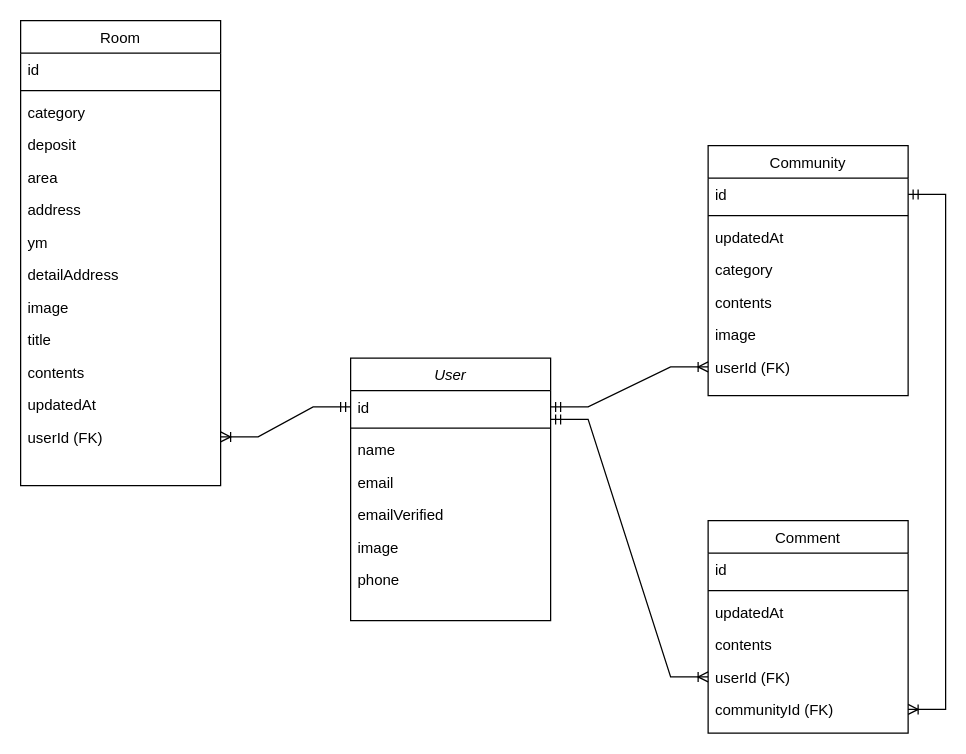
Above: ERD/myspotERD.drawio in 9yu9yu81/study_nextJs_realEstate (draw.io), before the change. Source tidied: cells renumbered, new cells numbered last; positions are measured from the earlier drawing's top-left corner, leaving out a move shared by most shapes. Both pictures are drawn from the tidied source at 125%, with x=0, y=0 at pixel (20, 20).
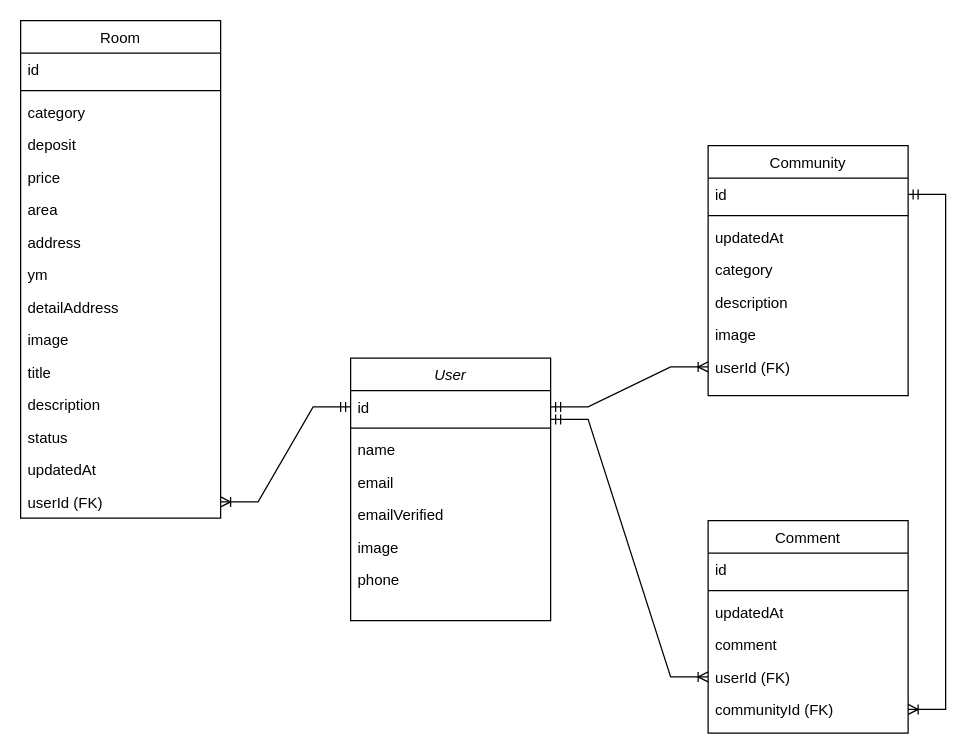
Above is the later version.

The change refers to these unchanged cells:
```xml
<mxCell id="10" value="Community" style="swimlane;fontStyle=0;align=center;verticalAlign=top;horizontal=1;startSize=26;rounded=0;shadow=0;strokeWidth=1;" parent="1" vertex="1">
  <mxGeometry x="550" y="100" width="160" height="200" as="geometry" />
</mxCell>
<mxCell id="34" value="Comment" style="swimlane;fontStyle=0;align=center;verticalAlign=top;horizontal=1;startSize=26;rounded=0;shadow=0;strokeWidth=1;" parent="1" vertex="1">
  <mxGeometry x="550" y="400" width="160" height="170" as="geometry" />
</mxCell>
```

Diff of the diagram source:
```diff
@@
-    <mxCell id="15" value="contents" style="text;align=left;verticalAlign=top;spacingLeft=4;spacingRight=4;overflow=hidden;rounded=0;shadow=0;html=0;" parent="10" vertex="1">
+    <mxCell id="15" value="description" style="text;align=left;verticalAlign=top;spacingLeft=4;spacingRight=4;overflow=hidden;rounded=0;shadow=0;html=0;" parent="10" vertex="1">
       <mxGeometry y="112" width="160" height="26" as="geometry" />
     </mxCell>
@@
     <mxCell id="18" value="Room" style="swimlane;fontStyle=0;align=center;verticalAlign=top;horizontal=1;startSize=26;rounded=0;shadow=0;strokeWidth=1;" parent="1" vertex="1">
-      <mxGeometry width="160" height="372" as="geometry" />
+      <mxGeometry width="160" height="398" as="geometry" />
     </mxCell>
@@
+    <mxCell id="43" value="price" style="text;align=left;verticalAlign=top;spacingLeft=4;spacingRight=4;overflow=hidden;rounded=0;shadow=0;html=0;" parent="18" vertex="1">
+      <mxGeometry y="112" width="160" height="26" as="geometry" />
+    </mxCell>
     <mxCell id="23" value="area" style="text;align=left;verticalAlign=top;spacingLeft=4;spacingRight=4;overflow=hidden;rounded=0;shadow=0;html=0;" parent="18" vertex="1">
-      <mxGeometry y="112" width="160" height="26" as="geometry" />
+      <mxGeometry y="138" width="160" height="26" as="geometry" />
     </mxCell>
     <mxCell id="24" value="address" style="text;align=left;verticalAlign=top;spacingLeft=4;spacingRight=4;overflow=hidden;rounded=0;shadow=0;html=0;" parent="18" vertex="1">
-      <mxGeometry y="138" width="160" height="26" as="geometry" />
+      <mxGeometry y="164" width="160" height="26" as="geometry" />
     </mxCell>
     <mxCell id="25" value="ym&#10;" style="text;align=left;verticalAlign=top;spacingLeft=4;spacingRight=4;overflow=hidden;rounded=0;shadow=0;html=0;" parent="18" vertex="1">
-      <mxGeometry y="164" width="160" height="26" as="geometry" />
+      <mxGeometry y="190" width="160" height="26" as="geometry" />
     </mxCell>
     <mxCell id="26" value="detailAddress" style="text;align=left;verticalAlign=top;spacingLeft=4;spacingRight=4;overflow=hidden;rounded=0;shadow=0;html=0;" parent="18" vertex="1">
-      <mxGeometry y="190" width="160" height="26" as="geometry" />
+      <mxGeometry y="216" width="160" height="26" as="geometry" />
     </mxCell>
     <mxCell id="27" value="image" style="text;align=left;verticalAlign=top;spacingLeft=4;spacingRight=4;overflow=hidden;rounded=0;shadow=0;html=0;" parent="18" vertex="1">
-      <mxGeometry y="216" width="160" height="26" as="geometry" />
+      <mxGeometry y="242" width="160" height="26" as="geometry" />
     </mxCell>
     <mxCell id="28" value="title" style="text;align=left;verticalAlign=top;spacingLeft=4;spacingRight=4;overflow=hidden;rounded=0;shadow=0;html=0;" parent="18" vertex="1">
-      <mxGeometry y="242" width="160" height="26" as="geometry" />
+      <mxGeometry y="268" width="160" height="26" as="geometry" />
     </mxCell>
-    <mxCell id="29" value="contents" style="text;align=left;verticalAlign=top;spacingLeft=4;spacingRight=4;overflow=hidden;rounded=0;shadow=0;html=0;" parent="18" vertex="1">
-      <mxGeometry y="268" width="160" height="26" as="geometry" />
+    <mxCell id="29" value="description" style="text;align=left;verticalAlign=top;spacingLeft=4;spacingRight=4;overflow=hidden;rounded=0;shadow=0;html=0;" parent="18" vertex="1">
+      <mxGeometry y="294" width="160" height="26" as="geometry" />
     </mxCell>
+    <mxCell id="44" value="status" style="text;align=left;verticalAlign=top;spacingLeft=4;spacingRight=4;overflow=hidden;rounded=0;shadow=0;html=0;" parent="18" vertex="1">
+      <mxGeometry y="320" width="160" height="26" as="geometry" />
+    </mxCell>
     <mxCell id="30" value="updatedAt   " style="text;align=left;verticalAlign=top;spacingLeft=4;spacingRight=4;overflow=hidden;rounded=0;shadow=0;html=0;" parent="18" vertex="1">
-      <mxGeometry y="294" width="160" height="26" as="geometry" />
+      <mxGeometry y="346" width="160" height="26" as="geometry" />
     </mxCell>
     <mxCell id="31" value="userId (FK)" style="text;align=left;verticalAlign=top;spacingLeft=4;spacingRight=4;overflow=hidden;points=[[0,0.5],[1,0.5]];portConstraint=eastwest;rounded=0;shadow=0;html=0;" parent="18" vertex="1">
-      <mxGeometry y="320" width="160" height="26" as="geometry" />
+      <mxGeometry y="372" width="160" height="26" as="geometry" />
     </mxCell>
@@
-    <mxCell id="38" value="contents" style="text;align=left;verticalAlign=top;spacingLeft=4;spacingRight=4;overflow=hidden;rounded=0;shadow=0;html=0;" parent="34" vertex="1">
+    <mxCell id="38" value="comment" style="text;align=left;verticalAlign=top;spacingLeft=4;spacingRight=4;overflow=hidden;rounded=0;shadow=0;html=0;" parent="34" vertex="1">
       <mxGeometry y="86" width="160" height="26" as="geometry" />
     </mxCell>
```
